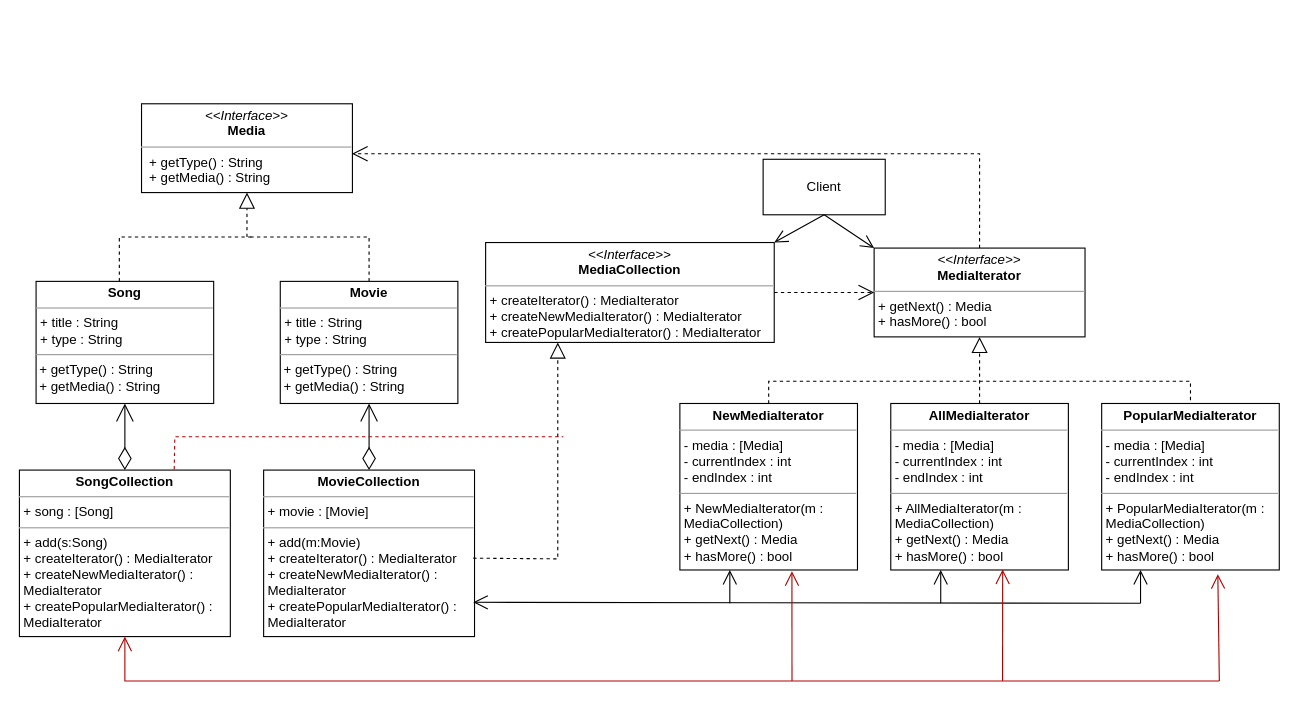
This is Project/behavioral/Iterator/Iterator.drawio from pang1217/Pattern-and-Software-Design, a draw.io file, before an edit. Source tidied: cells renumbered, new cells numbered last; positions are measured from the earlier drawing's top-left corner, leaving out a move shared by most shapes. Both pictures are drawn from the tidied source at 111%, with x=0, y=0 at pixel (19, 103).
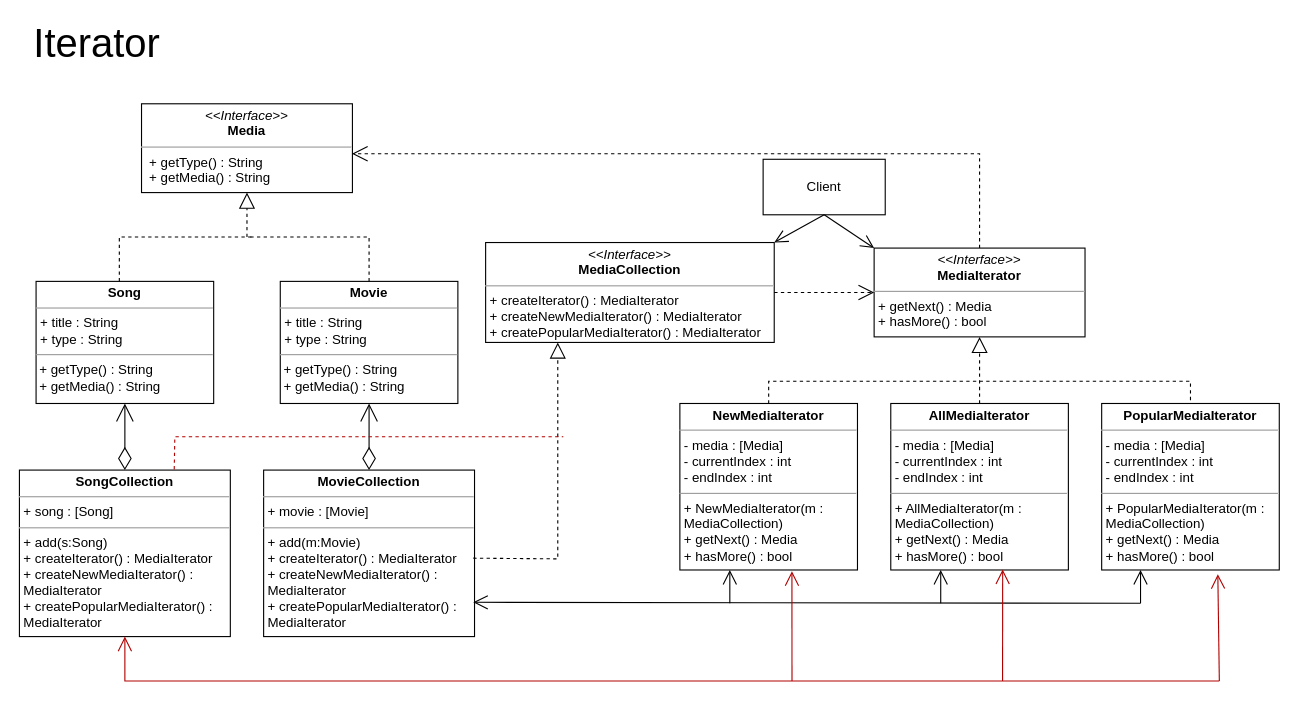
The same page after the edit.

What changed in the source:
```diff
@@
+    <mxCell id="33" value="&lt;font style=&quot;font-size: 36px;&quot;&gt;Iterator&lt;/font&gt;" style="text;html=1;align=center;verticalAlign=middle;whiteSpace=wrap;rounded=0;" parent="1" vertex="1">
+      <mxGeometry x="40" y="-70" width="60" height="30" as="geometry" />
+    </mxCell>
```
